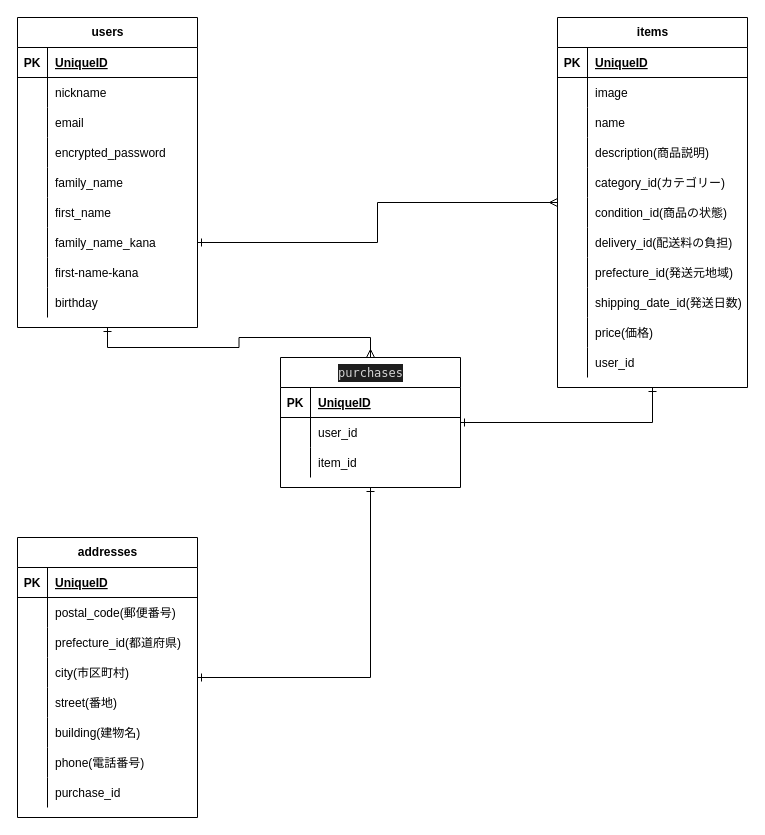
Above: furima.dio in oak1331/furima-33794 (draw.io), before the change. Source tidied: cells renumbered, new cells numbered last; positions are measured from the earlier drawing's top-left corner, leaving out a move shared by most shapes. Both pictures are drawn from the tidied source at 100%, with x=0, y=0 at pixel (17, 17).
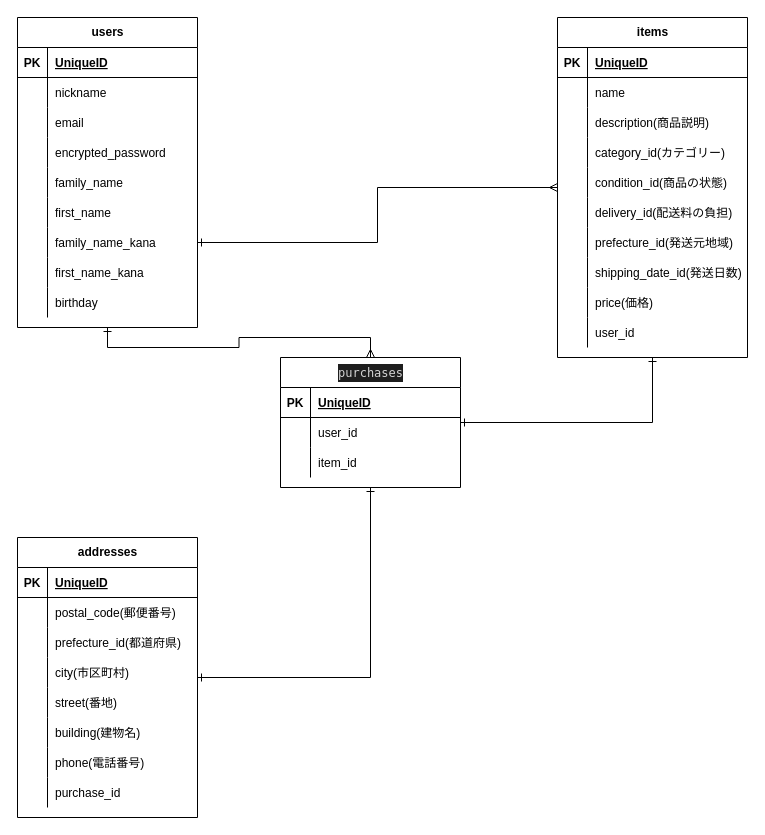
The same page after the edit.

The change refers to these unchanged cells:
```xml
<mxCell id="25" style="shape=partialRectangle;fillColor=none;top=0;left=0;bottom=0;right=0;" parent="3" vertex="1">
  <mxGeometry y="240" width="180" height="30" as="geometry" />
</mxCell>
```

Diff of the diagram source:
```diff
@@
-    <mxCell id="27" value="first-name-kana" style="shape=partialRectangle;fillColor=none;top=0;left=0;bottom=0;right=0;align=left;spacingLeft=6;overflow=hidden;" parent="25" vertex="1">
+    <mxCell id="27" value="first_name_kana" style="shape=partialRectangle;fillColor=none;top=0;left=0;bottom=0;right=0;align=left;spacingLeft=6;overflow=hidden;" parent="25" vertex="1">
       <mxGeometry x="30" width="150" height="30" as="geometry" />
     </mxCell>
@@
     <mxCell id="31" value="items" style="shape=table;startSize=30;childLayout=tableLayout;rowLines=0;fontStyle=1;align=center;html=1;" parent="1" vertex="1">
-      <mxGeometry x="540" width="190" height="370" as="geometry" />
+      <mxGeometry x="540" width="190" height="340" as="geometry" />
     </mxCell>
@@
-    <mxCell id="35" style="shape=partialRectangle;fillColor=none;top=0;left=0;bottom=0;right=0;" parent="31" vertex="1">
-      <mxGeometry y="60" width="190" height="30" as="geometry" />
-    </mxCell>
-    <mxCell id="36" style="shape=partialRectangle;fillColor=none;top=0;left=0;bottom=0;right=0;overflow=hidden;" parent="35" vertex="1">
-      <mxGeometry width="30" height="30" as="geometry" />
-    </mxCell>
-    <mxCell id="37" value="image" style="shape=partialRectangle;fillColor=none;top=0;left=0;bottom=0;right=0;align=left;spacingLeft=6;overflow=hidden;" parent="35" vertex="1">
-      <mxGeometry x="30" width="160" height="30" as="geometry" />
-    </mxCell>
     <mxCell id="38" style="shape=partialRectangle;fillColor=none;top=0;left=0;bottom=0;right=0;" parent="31" vertex="1">
-      <mxGeometry y="90" width="190" height="30" as="geometry" />
+      <mxGeometry y="60" width="190" height="30" as="geometry" />
     </mxCell>
@@
     <mxCell id="41" style="shape=partialRectangle;fillColor=none;top=0;left=0;bottom=0;right=0;" parent="31" vertex="1">
-      <mxGeometry y="120" width="190" height="30" as="geometry" />
+      <mxGeometry y="90" width="190" height="30" as="geometry" />
     </mxCell>
@@
     <mxCell id="44" style="shape=partialRectangle;fillColor=none;top=0;left=0;bottom=0;right=0;" parent="31" vertex="1">
-      <mxGeometry y="150" width="190" height="30" as="geometry" />
+      <mxGeometry y="120" width="190" height="30" as="geometry" />
     </mxCell>
@@
     <mxCell id="47" style="shape=partialRectangle;fillColor=none;top=0;left=0;bottom=0;right=0;" parent="31" vertex="1">
-      <mxGeometry y="180" width="190" height="30" as="geometry" />
+      <mxGeometry y="150" width="190" height="30" as="geometry" />
     </mxCell>
@@
     <mxCell id="50" style="shape=partialRectangle;fillColor=none;top=0;left=0;bottom=0;right=0;" parent="31" vertex="1">
-      <mxGeometry y="210" width="190" height="30" as="geometry" />
+      <mxGeometry y="180" width="190" height="30" as="geometry" />
     </mxCell>
@@
     <mxCell id="53" style="shape=partialRectangle;fillColor=none;top=0;left=0;bottom=0;right=0;" parent="31" vertex="1">
-      <mxGeometry y="240" width="190" height="30" as="geometry" />
+      <mxGeometry y="210" width="190" height="30" as="geometry" />
     </mxCell>
@@
     <mxCell id="56" style="shape=partialRectangle;fillColor=none;top=0;left=0;bottom=0;right=0;" parent="31" vertex="1">
-      <mxGeometry y="270" width="190" height="30" as="geometry" />
+      <mxGeometry y="240" width="190" height="30" as="geometry" />
     </mxCell>
@@
     <mxCell id="59" style="shape=partialRectangle;fillColor=none;top=0;left=0;bottom=0;right=0;" parent="31" vertex="1">
-      <mxGeometry y="300" width="190" height="30" as="geometry" />
+      <mxGeometry y="270" width="190" height="30" as="geometry" />
     </mxCell>
@@
     <mxCell id="62" style="shape=partialRectangle;fillColor=none;top=0;left=0;bottom=0;right=0;" parent="31" vertex="1">
-      <mxGeometry y="330" width="190" height="30" as="geometry" />
+      <mxGeometry y="300" width="190" height="30" as="geometry" />
     </mxCell>
```
